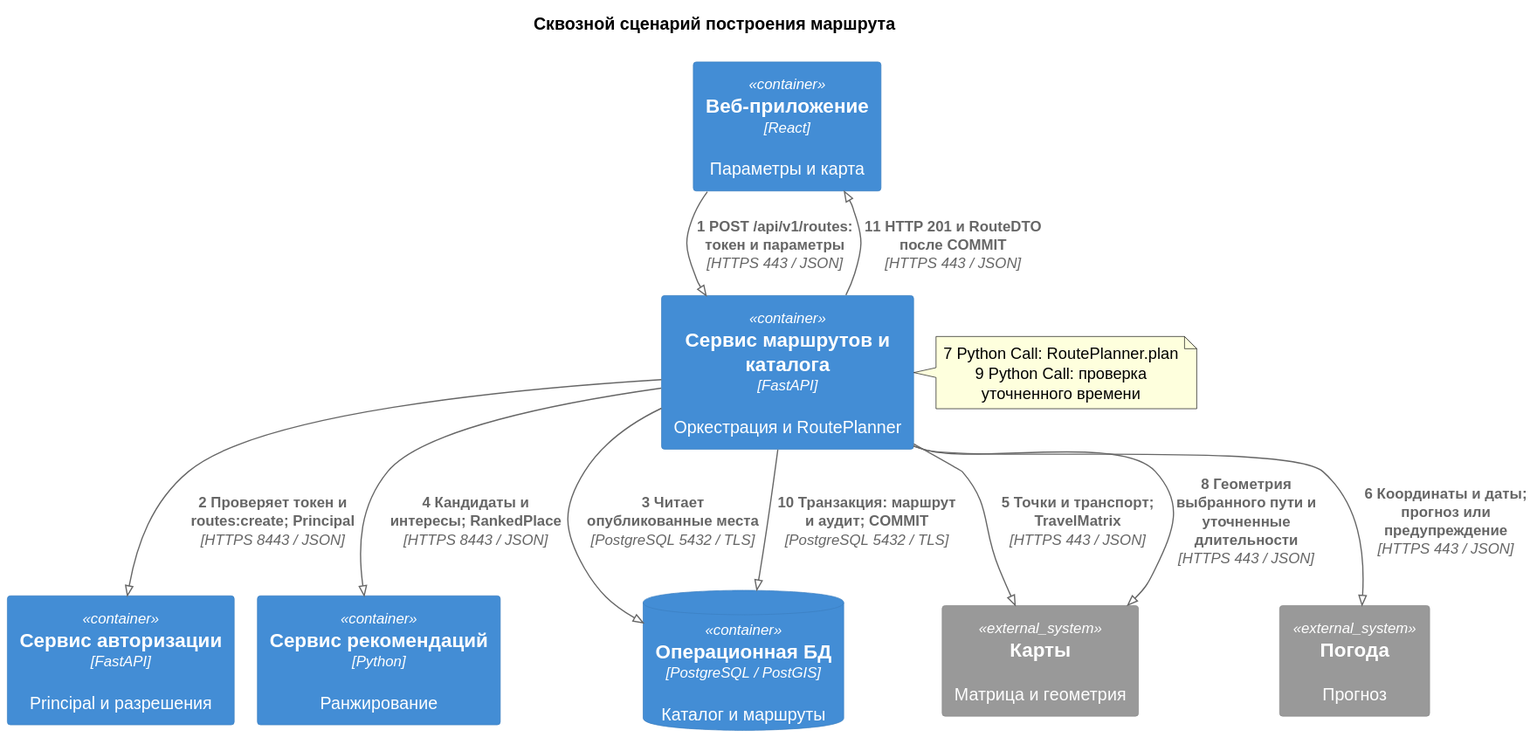
The PlantUML diagram diagrams/lab4/dynamic_process.svg in nbrkvv/travel-route-planner, before a commit.
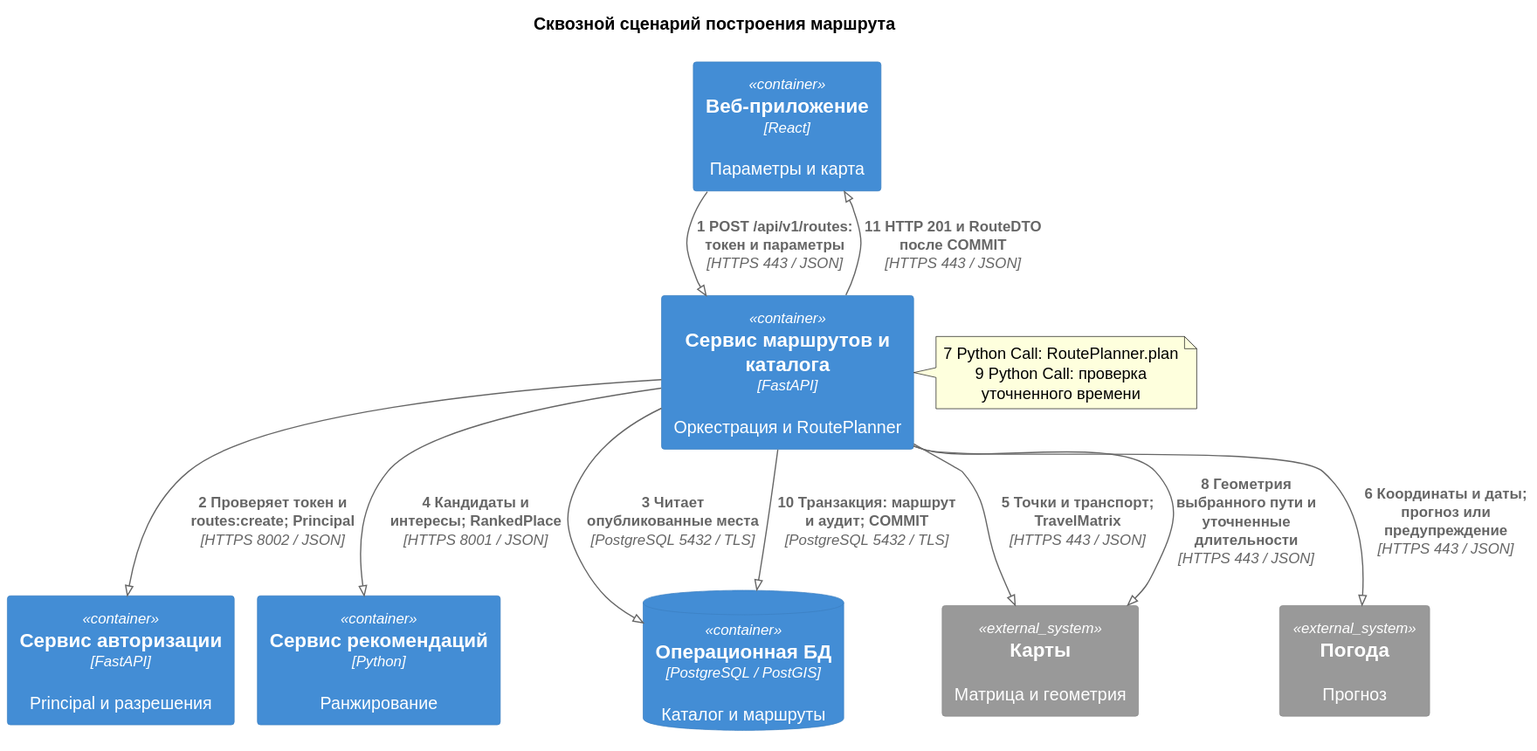
Later version of the same file.

What changed in the source:
```diff
@@ -11,9 +11,9 @@
 System_Ext(maps_service, "Карты", "Матрица и геометрия")
 System_Ext(weather_service, "Погода", "Прогноз")
 Rel(web_app, route_catalog_service, "1 POST /api/v1/routes: токен и параметры", "HTTPS 443 / JSON")
-Rel(route_catalog_service, auth_service, "2 Проверяет токен и routes:create; Principal", "HTTPS 8443 / JSON")
+Rel(route_catalog_service, auth_service, "2 Проверяет токен и routes:create; Principal", "HTTPS 8002 / JSON")
 Rel(route_catalog_service, database, "3 Читает опубликованные места", "PostgreSQL 5432 / TLS")
-Rel(route_catalog_service, recommendation_service, "4 Кандидаты и интересы; RankedPlace", "HTTPS 8443 / JSON")
+Rel(route_catalog_service, recommendation_service, "4 Кандидаты и интересы; RankedPlace", "HTTPS 8001 / JSON")
 Rel(route_catalog_service, maps_service, "5 Точки и транспорт; TravelMatrix", "HTTPS 443 / JSON")
 Rel(route_catalog_service, weather_service, "6 Координаты и даты; прогноз или предупреждение", "HTTPS 443 / JSON")
 Rel(route_catalog_service, maps_service, "8 Геометрия выбранного пути и уточненные длительности", "HTTPS 443 / JSON")
```
